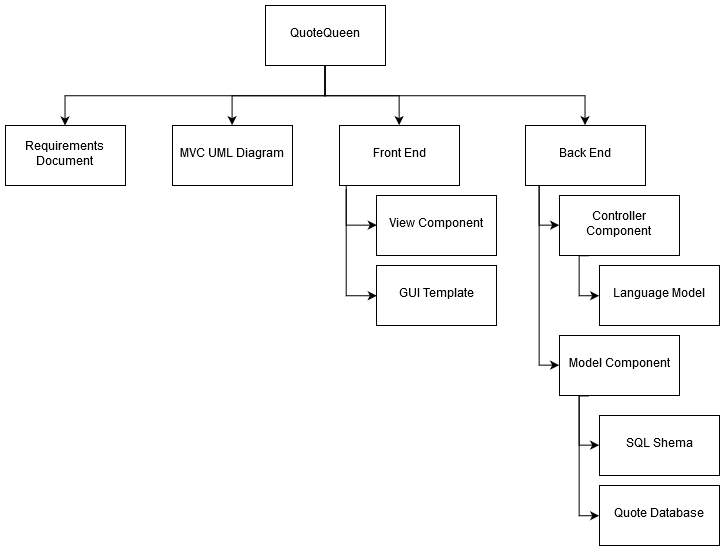
Earlier version of the draw.io export Docs/WBS Product.png (Feynlady/QuoteQueen). Source tidied: cells renumbered, new cells last; positions are measured from the earlier drawing's top-left corner, leaving out a move shared by most shapes.
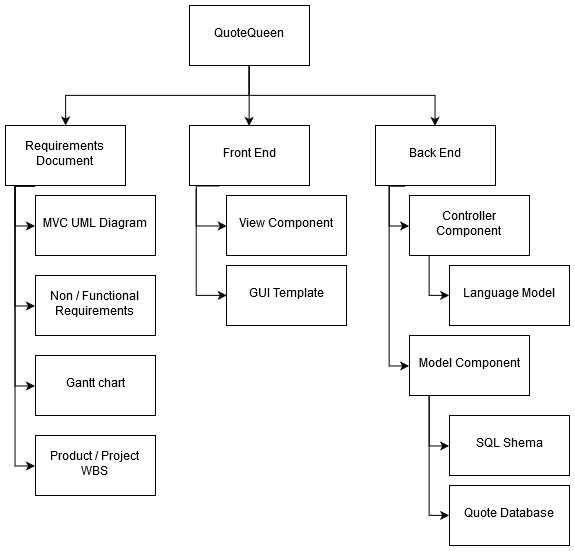
After the commit.

Change to the diagram source:
```diff
@@ -5,9 +5,6 @@
     <mxCell id="2" style="edgeStyle=orthogonalEdgeStyle;rounded=0;jettySize=auto;html=1;exitX=0.5;exitY=1;exitDx=0;exitDy=0;" parent="1" edge="1" source="6" target="7">
       <mxGeometry relative="1" as="geometry" />
     </mxCell>
-    <mxCell id="3" style="edgeStyle=orthogonalEdgeStyle;rounded=0;jettySize=auto;html=1;exitX=0.5;exitY=1;exitDx=0;exitDy=0;entryX=0.5;entryY=0;entryDx=0;entryDy=0;" parent="1" edge="1" source="6" target="8">
-      <mxGeometry relative="1" as="geometry" />
-    </mxCell>
     <mxCell id="4" style="edgeStyle=orthogonalEdgeStyle;rounded=0;jettySize=auto;html=1;exitX=0.5;exitY=1;exitDx=0;exitDy=0;entryX=0.5;entryY=0;entryDx=0;entryDy=0;" parent="1" edge="1" source="6" target="11">
       <mxGeometry relative="1" as="geometry" />
     </mxCell>
@@ -15,13 +12,45 @@
       <mxGeometry relative="1" as="geometry" />
     </mxCell>
     <mxCell id="6" value="QuoteQueen" style="rounded=0;whiteSpace=wrap;html=1;" parent="1" vertex="1">
-      <mxGeometry x="260" width="120" height="60" as="geometry" />
+      <mxGeometry x="334" width="120" height="60" as="geometry" />
     </mxCell>
+    <mxCell id="25" style="edgeStyle=orthogonalEdgeStyle;rounded=0;jettySize=auto;html=1;exitX=0.25;exitY=1;exitDx=0;exitDy=0;entryX=0;entryY=0.5;entryDx=0;entryDy=0;" parent="1" edge="1" source="7" target="8">
+      <mxGeometry relative="1" as="geometry">
+        <Array as="points">
+          <mxPoint x="160" y="180" />
+          <mxPoint x="160" y="220" />
+        </Array>
+      </mxGeometry>
+    </mxCell>
+    <mxCell id="26" style="edgeStyle=orthogonalEdgeStyle;rounded=0;jettySize=auto;html=1;exitX=0.25;exitY=1;exitDx=0;exitDy=0;entryX=0;entryY=0.5;entryDx=0;entryDy=0;" parent="1" edge="1" source="7" target="29">
+      <mxGeometry relative="1" as="geometry">
+        <Array as="points">
+          <mxPoint x="160" y="180" />
+          <mxPoint x="160" y="300" />
+        </Array>
+      </mxGeometry>
+    </mxCell>
+    <mxCell id="27" style="edgeStyle=orthogonalEdgeStyle;rounded=0;jettySize=auto;html=1;exitX=0.25;exitY=1;exitDx=0;exitDy=0;entryX=0;entryY=0.5;entryDx=0;entryDy=0;" parent="1" edge="1" source="7" target="30">
+      <mxGeometry relative="1" as="geometry">
+        <Array as="points">
+          <mxPoint x="160" y="180" />
+          <mxPoint x="160" y="380" />
+        </Array>
+      </mxGeometry>
+    </mxCell>
+    <mxCell id="28" style="edgeStyle=orthogonalEdgeStyle;rounded=0;jettySize=auto;html=1;exitX=0.25;exitY=1;exitDx=0;exitDy=0;entryX=0;entryY=0.5;entryDx=0;entryDy=0;" parent="1" edge="1" source="7" target="31">
+      <mxGeometry relative="1" as="geometry">
+        <Array as="points">
+          <mxPoint x="160" y="180" />
+          <mxPoint x="160" y="460" />
+        </Array>
+      </mxGeometry>
+    </mxCell>
     <mxCell id="7" value="Requirements Document" style="rounded=0;whiteSpace=wrap;html=1;" parent="1" vertex="1">
-      <mxGeometry y="120" width="120" height="60" as="geometry" />
+      <mxGeometry x="150" y="120" width="120" height="60" as="geometry" />
     </mxCell>
     <mxCell id="8" value="MVC UML Diagram" style="rounded=0;whiteSpace=wrap;html=1;" parent="1" vertex="1">
-      <mxGeometry x="167" y="120" width="120" height="60" as="geometry" />
+      <mxGeometry x="180" y="190" width="120" height="60" as="geometry" />
     </mxCell>
     <mxCell id="9" style="edgeStyle=orthogonalEdgeStyle;rounded=0;jettySize=auto;html=1;exitX=0.058;exitY=1.05;exitDx=0;exitDy=0;entryX=0;entryY=0.5;entryDx=0;entryDy=0;exitPerimeter=0;" parent="1" edge="1" source="11" target="15">
       <mxGeometry relative="1" as="geometry" />
@@ -101,5 +130,14 @@
     <mxCell id="24" value="Quote Database" style="rounded=0;whiteSpace=wrap;html=1;" parent="1" vertex="1">
       <mxGeometry x="594" y="480" width="120" height="60" as="geometry" />
     </mxCell>
+    <mxCell id="29" value="Non / Functional Requirements" style="rounded=0;whiteSpace=wrap;html=1;" parent="1" vertex="1">
+      <mxGeometry x="180" y="270" width="120" height="60" as="geometry" />
+    </mxCell>
+    <mxCell id="30" value="Gantt chart" style="rounded=0;whiteSpace=wrap;html=1;" parent="1" vertex="1">
+      <mxGeometry x="180" y="350" width="120" height="60" as="geometry" />
+    </mxCell>
+    <mxCell id="31" value="Product / Project WBS" style="rounded=0;whiteSpace=wrap;html=1;" parent="1" vertex="1">
+      <mxGeometry x="180" y="430" width="120" height="60" as="geometry" />
+    </mxCell>
   </root>
 </mxGraphModel>
```
